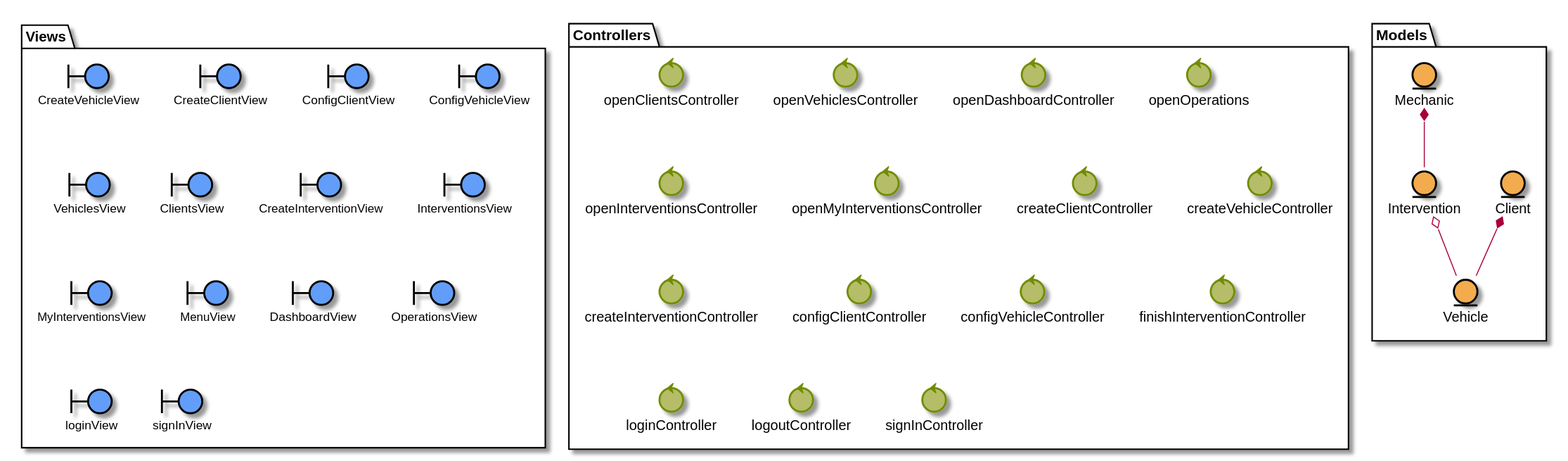
Above: documentation/2analysisview/clases/svg/clases.svg in Ruskab/agrimManager (PlantUML), before the change. Its diagram source:
```plantuml
@startuml


skinparam {
    BoundaryBackgroundColor #629EF9
    BoundaryBorderColor black
    BoundaryFontSize 12
    BoundarySize 10
    ControlBackgroundColor #b5bd68
    ControlBorderColor #718c00
    EntityBackgroundColor #F2AC4E
    EntityBorderColor black
}


package Views {
    boundary CreateVehicleView
    boundary CreateClientView
    boundary ConfigClientView
    boundary ConfigVehicleView
    boundary VehiclesView
    boundary ClientsView
    boundary CreateInterventionView
    boundary InterventionsView
    boundary MyInterventionsView
    boundary MenuView
    boundary DashboardView
    boundary OperationsView
    boundary loginView
    boundary signInView
}

package Controllers {
    control openClientsController
    control openVehiclesController
    control openDashboardController
    control openOperations
    control openInterventionsController
    control openMyInterventionsController
    control createClientController
    control createVehicleController
    control createInterventionController
    control configClientController
    control configVehicleController
    control finishInterventionController
    control loginController
    control logoutController
    control signInController
}

package Models {
    entity Client
    entity Vehicle
    entity Intervention
    entity Mechanic
}

Client *-- Vehicle
Intervention o-- Vehicle
Mechanic *-- Intervention
@enduml
```
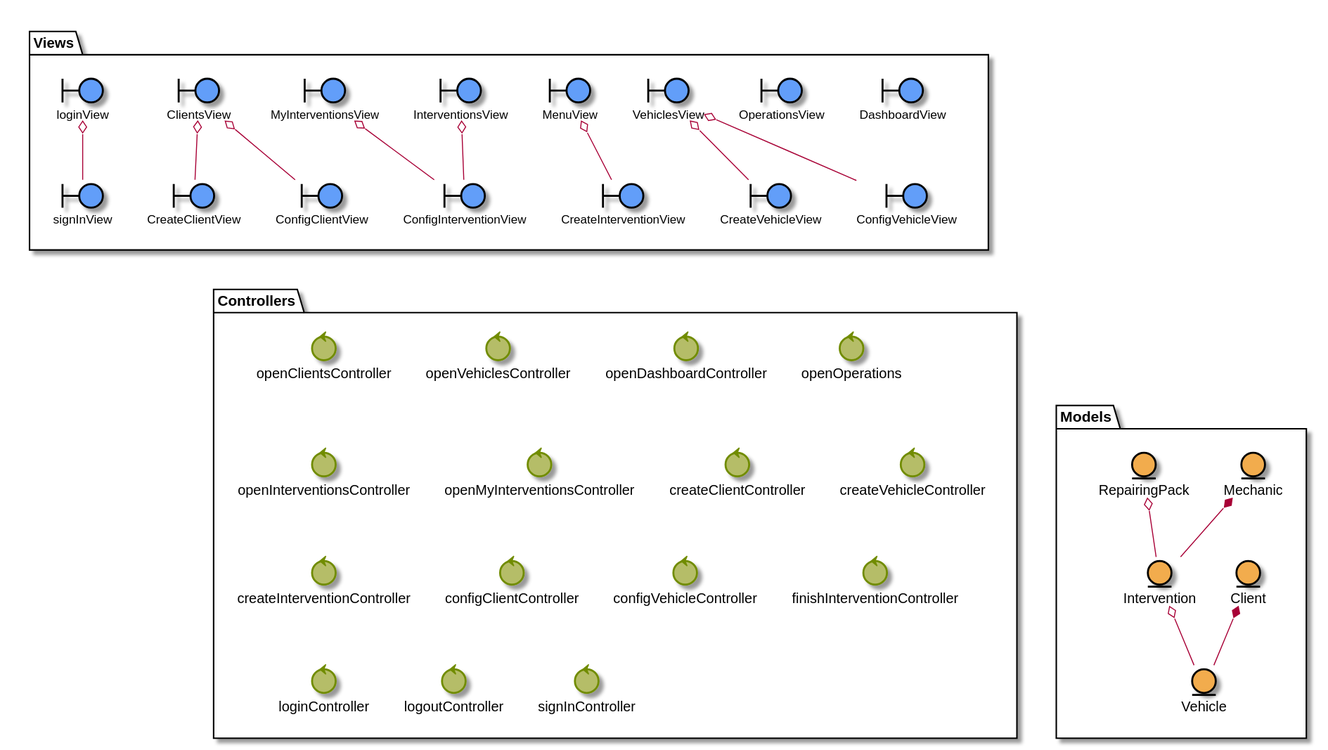
The same diagram one commit later.

The edit, as a diff of the source:
```diff
@@ -14,18 +14,19 @@
 
 
 package Views {
+    boundary DashboardView
+    boundary OperationsView
     boundary CreateVehicleView
     boundary CreateClientView
     boundary ConfigClientView
     boundary ConfigVehicleView
     boundary VehiclesView
-    boundary ClientsView
     boundary CreateInterventionView
+    boundary MenuView
+    boundary ConfigInterventionView
     boundary InterventionsView
     boundary MyInterventionsView
-    boundary MenuView
-    boundary DashboardView
-    boundary OperationsView
+    boundary ClientsView
     boundary loginView
     boundary signInView
 }
@@ -53,9 +54,23 @@
     entity Vehicle
     entity Intervention
     entity Mechanic
+    entity RepairingPack
 }
+
+Views -[hidden]-- Controllers
+Controllers -[hidden]- Models
+
+VehiclesView o-- CreateVehicleView
+VehiclesView o-- ConfigVehicleView
+ClientsView o-- ConfigClientView
+ClientsView o-- CreateClientView
+MenuView o-- CreateInterventionView
+loginView o-- signInView
+MyInterventionsView o-- ConfigInterventionView
+InterventionsView o-- ConfigInterventionView
 
 Client *-- Vehicle
 Intervention o-- Vehicle
 Mechanic *-- Intervention
+RepairingPack o-- Intervention
 @enduml
```
